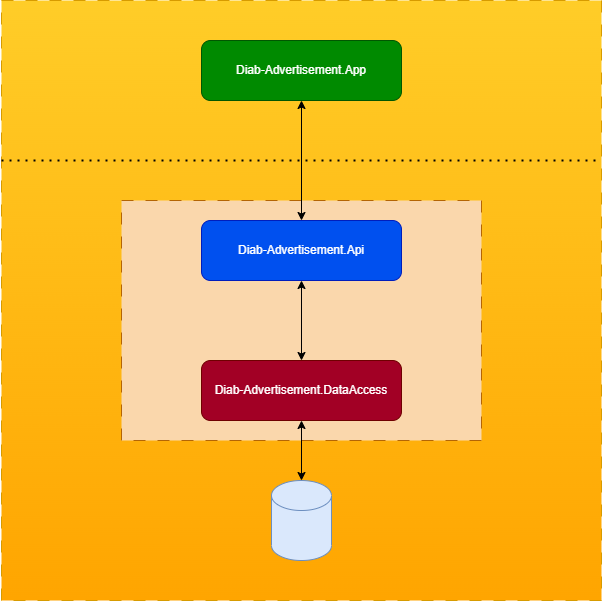
Earlier version of the draw.io export Diab-Advertisement.Documentation/images/infrastruktur.drawio.png (hafezdiab/Diab-Advertisement). Source tidied: cells renumbered, new cells last; positions are measured from the earlier drawing's top-left corner, leaving out a move shared by most shapes. The source it was exported from:
```xml
<mxGraphModel>
  <root>
    <mxCell id="0" />
    <mxCell id="1" parent="0" />
    <mxCell id="2" style="rounded=0;whiteSpace=wrap;html=1;dashed=1;dashPattern=12 12;fillColor=#ffcd28;gradientColor=#ffa500;strokeColor=#d79b00;" parent="1" vertex="1">
      <mxGeometry width="600" height="600" as="geometry" />
    </mxCell>
    <mxCell id="3" style="rounded=0;whiteSpace=wrap;html=1;dashed=1;dashPattern=12 12;fillColor=#fad7ac;strokeColor=#b46504;" parent="1" vertex="1">
      <mxGeometry x="120" y="200" width="360" height="240" as="geometry" />
    </mxCell>
    <mxCell id="4" style="edgeStyle=none;html=1;exitX=0.5;exitY=1;exitDx=0;exitDy=0;entryX=0.5;entryY=0;entryDx=0;entryDy=0;startArrow=classic;startFill=1;" parent="1" edge="1" source="5" target="8">
      <mxGeometry relative="1" as="geometry" />
    </mxCell>
    <mxCell id="5" value="Diab-Advertisement.App" style="rounded=1;whiteSpace=wrap;html=1;fillColor=#008a00;strokeColor=#005700;fontColor=#ffffff;" parent="1" vertex="1">
      <mxGeometry x="200" y="40" width="200" height="60" as="geometry" />
    </mxCell>
    <mxCell id="6" style="endArrow=none;dashed=1;html=1;dashPattern=1 3;strokeWidth=2;" parent="1" edge="1">
      <mxGeometry relative="1" as="geometry">
        <mxPoint y="160" as="sourcePoint" />
        <mxPoint x="600" y="160" as="targetPoint" />
      </mxGeometry>
    </mxCell>
    <mxCell id="7" style="edgeStyle=none;html=1;startArrow=classic;startFill=1;" parent="1" edge="1" source="8" target="10">
      <mxGeometry relative="1" as="geometry" />
    </mxCell>
    <mxCell id="8" value="Diab-Advertisement.Api" style="rounded=1;whiteSpace=wrap;html=1;fillColor=#0050ef;fontColor=#ffffff;strokeColor=#001DBC;" parent="1" vertex="1">
      <mxGeometry x="200" y="220" width="200" height="60" as="geometry" />
    </mxCell>
    <mxCell id="9" style="edgeStyle=none;html=1;exitX=0.5;exitY=1;exitDx=0;exitDy=0;startArrow=classic;startFill=1;" parent="1" edge="1" source="10" target="11">
      <mxGeometry relative="1" as="geometry" />
    </mxCell>
    <mxCell id="10" value="Diab-Advertisement.DataAccess" style="whiteSpace=wrap;html=1;rounded=1;fillColor=#a20025;fontColor=#ffffff;strokeColor=#6F0000;" parent="1" vertex="1">
      <mxGeometry x="200" y="360" width="200" height="60" as="geometry" />
    </mxCell>
    <mxCell id="11" style="shape=cylinder3;whiteSpace=wrap;html=1;boundedLbl=1;backgroundOutline=1;size=15;fillColor=#dae8fc;strokeColor=#6c8ebf;" parent="1" vertex="1">
      <mxGeometry x="270" y="480" width="60" height="80" as="geometry" />
    </mxCell>
  </root>
</mxGraphModel>
```
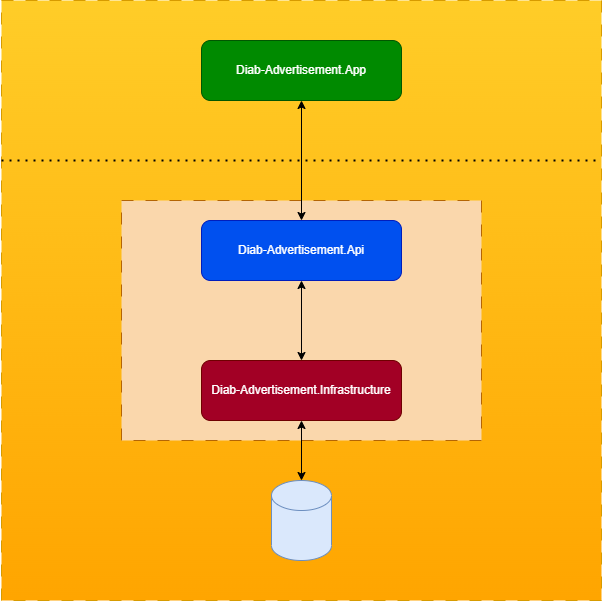
After the change.

What changed in the source:
```diff
@@ -29,7 +29,7 @@
     <mxCell id="9" style="edgeStyle=none;html=1;exitX=0.5;exitY=1;exitDx=0;exitDy=0;startArrow=classic;startFill=1;" parent="1" edge="1" source="10" target="11">
       <mxGeometry relative="1" as="geometry" />
     </mxCell>
-    <mxCell id="10" value="Diab-Advertisement.DataAccess" style="whiteSpace=wrap;html=1;rounded=1;fillColor=#a20025;fontColor=#ffffff;strokeColor=#6F0000;" parent="1" vertex="1">
+    <mxCell id="10" value="Diab-Advertisement.Infrastructure" style="whiteSpace=wrap;html=1;rounded=1;fillColor=#a20025;fontColor=#ffffff;strokeColor=#6F0000;" parent="1" vertex="1">
       <mxGeometry x="200" y="360" width="200" height="60" as="geometry" />
     </mxCell>
     <mxCell id="11" style="shape=cylinder3;whiteSpace=wrap;html=1;boundedLbl=1;backgroundOutline=1;size=15;fillColor=#dae8fc;strokeColor=#6c8ebf;" parent="1" vertex="1">
```
